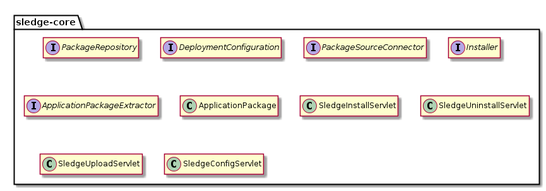
unic/sledge keeps this PlantUML diagram as docs/src/main/plantuml-generated/building-block-core-diagram.png. Above is the earlier version.
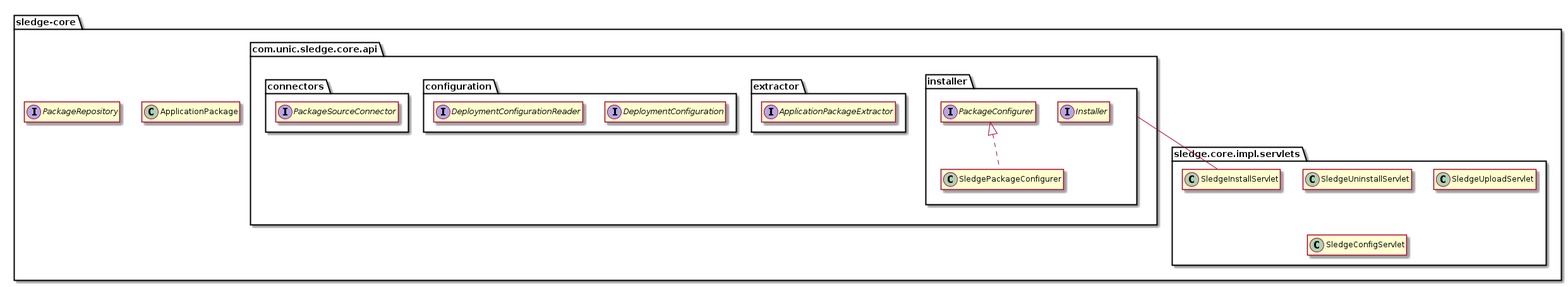
After the commit.

What changed in the source:
```diff
@@ -1,18 +1,47 @@
 @startuml
 
 package "sledge-core" as core {
+
+	hide members
+
+	class ApplicationPackage
 	interface PackageRepository
-	interface DeploymentConfiguration
-	interface PackageSourceConnector
-	interface Installer
-	interface ApplicationPackageExtractor
-	class ApplicationPackage
-	class SledgeInstallServlet
-	class SledgeUninstallServlet
-	class SledgeUploadServlet
-	class SledgeConfigServlet
+
+	package sledge.core.impl.servlets {
+		hide members
+		installer -- class SledgeInstallServlet
+		class SledgeUninstallServlet
+		class SledgeUploadServlet
+		class SledgeConfigServlet
+	}
+
+	package com.unic.sledge.core.api {
+		hide members
+
+		package installer {
+			hide members
+			interface Installer
+			interface PackageConfigurer <|.. class SledgePackageConfigurer
+		}
+
+		package extractor {
+			hide members
+    		interface ApplicationPackageExtractor
+    	}
+
+    	package configuration {
+    		hide members
+    		interface DeploymentConfiguration
+    		interface DeploymentConfigurationReader
+    	}
+
+    	package connectors {
+    		hide members
+    		interface PackageSourceConnector
+    	}
+
+	}
+
 }
 
-hide members
-
 @enduml
```
